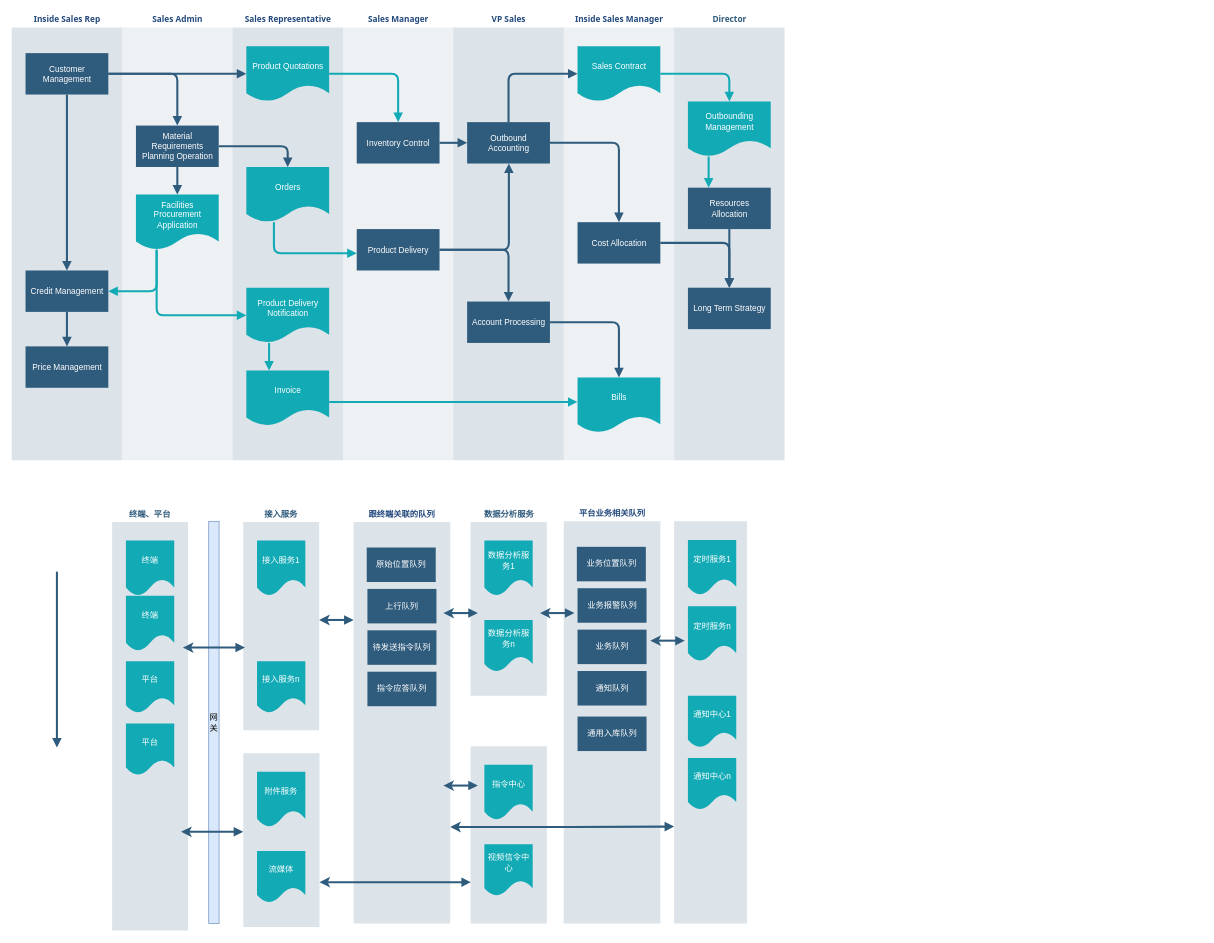
Before: 未命名绘图2.drawio in xktder/draw, a draw.io diagram. Source tidied: cells renumbered, new cells numbered last; positions are measured from the earlier drawing's top-left corner, leaving out a move shared by most shapes. Both pictures are drawn from the tidied source at 69%, with x=0, y=0 at pixel (11, 11).
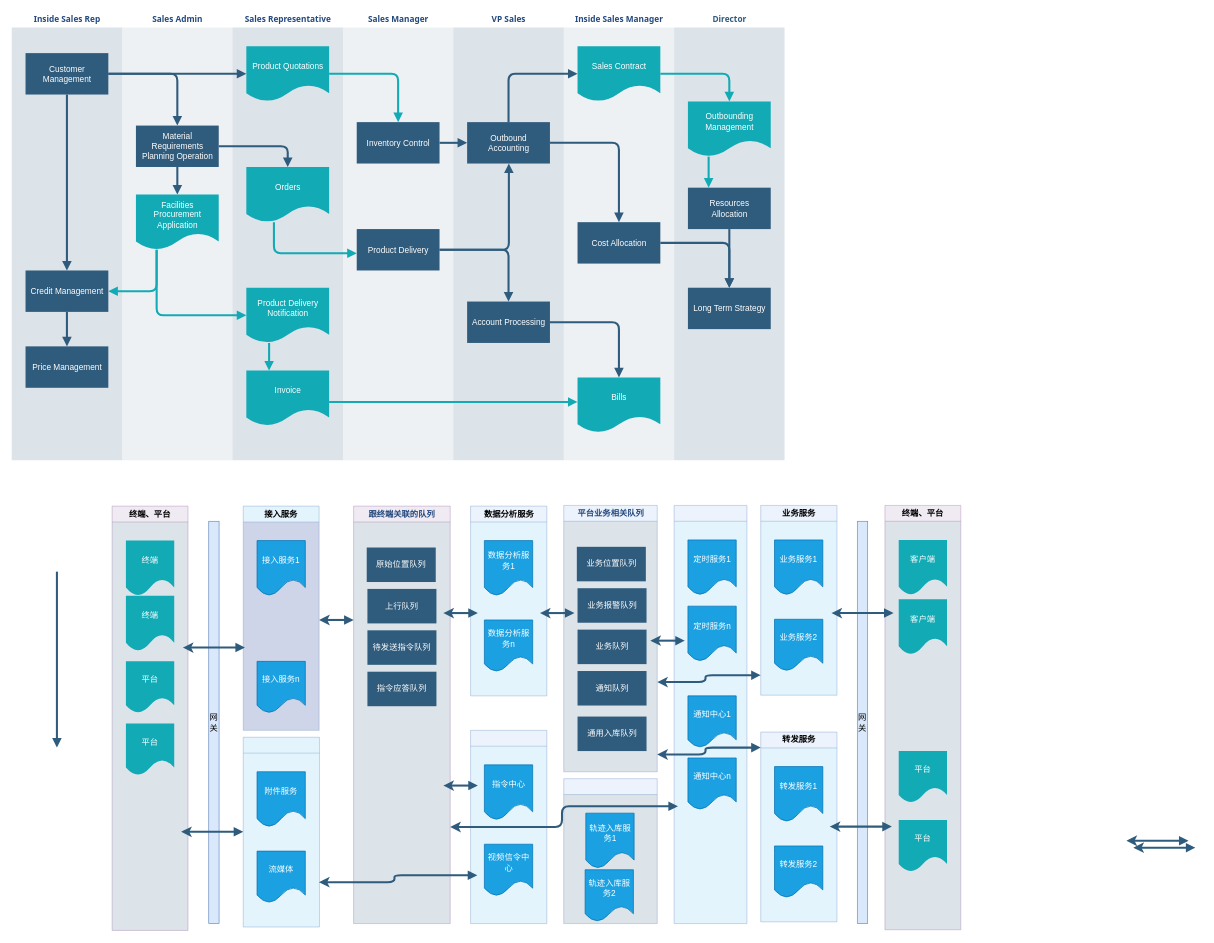
After the change.

Commit message (it also covers changes not shown here):
更新未命名绘图2.drawio

The edit, as a diff of the source:
```diff
@@
-    <mxCell id="50" value="&lt;font color=&quot;#23497d&quot;&gt;跟终端关联的队列&lt;/font&gt;" style="swimlane;whiteSpace=wrap;fillColor=none;swimlaneFillColor=#BAC8D3;fontColor=#2F5B7C;fontFamily=Tahoma;html=1;strokeColor=none;opacity=50;" parent="1" vertex="1">
+    <mxCell id="50" value="&lt;font color=&quot;#23497d&quot;&gt;跟终端关联的队列&lt;/font&gt;" style="swimlane;whiteSpace=wrap;fillColor=#e1d5e7;swimlaneFillColor=#BAC8D3;fontFamily=Tahoma;html=1;strokeColor=#9673a6;opacity=50;" parent="1" vertex="1">
       <mxGeometry x="496" y="717" width="140" height="605" as="geometry" />
     </mxCell>
@@
-    <mxCell id="55" value="终端、平台" style="swimlane;whiteSpace=wrap;fillColor=none;swimlaneFillColor=#BAC8D3;fontColor=#2F5B7C;fontFamily=Tahoma;html=1;strokeColor=none;opacity=50;startSize=23;" parent="1" vertex="1">
+    <mxCell id="55" value="终端、平台" style="swimlane;whiteSpace=wrap;fillColor=#e1d5e7;swimlaneFillColor=#BAC8D3;fontFamily=Tahoma;html=1;strokeColor=#9673a6;opacity=50;startSize=23;" parent="1" vertex="1">
       <mxGeometry x="146" y="717" width="110" height="615" as="geometry" />
     </mxCell>
@@
-    <mxCell id="61" value="接入服务" style="swimlane;whiteSpace=wrap;fillColor=none;swimlaneFillColor=#BAC8D3;fontColor=#2F5B7C;fontFamily=Tahoma;html=1;strokeColor=none;opacity=50;" parent="1" vertex="1">
+    <mxCell id="61" value="接入服务" style="swimlane;whiteSpace=wrap;fillColor=#C7E9FC;swimlaneFillColor=#9EACD3;fontFamily=Tahoma;html=1;strokeColor=#6c8ebf;opacity=50;" parent="1" vertex="1">
       <mxGeometry x="336" y="717" width="110" height="325" as="geometry" />
     </mxCell>
-    <mxCell id="62" value="接入服务1" style="shape=document;whiteSpace=wrap;verticalAlign=middle;strokeColor=none;fillColor=#12aab5;shadow=0;fontColor=#FFFFFF;fontFamily=Helvetica;fontStyle=0;html=1;fontSize=12;spacing=6;spacingBottom=22;" parent="61" vertex="1">
+    <mxCell id="62" value="接入服务1" style="shape=document;whiteSpace=wrap;verticalAlign=middle;strokeColor=#006EAF;fillColor=#1ba1e2;shadow=0;fontFamily=Helvetica;fontStyle=0;html=1;fontSize=12;spacing=6;spacingBottom=22;fontColor=#ffffff;" parent="61" vertex="1">
       <mxGeometry x="20" y="50" width="70" height="80" as="geometry" />
     </mxCell>
-    <mxCell id="63" value="接入服务n" style="shape=document;whiteSpace=wrap;verticalAlign=middle;strokeColor=none;fillColor=#12aab5;shadow=0;fontColor=#FFFFFF;fontFamily=Helvetica;fontStyle=0;html=1;fontSize=12;spacing=6;spacingBottom=22;" parent="61" vertex="1">
+    <mxCell id="63" value="接入服务n" style="shape=document;whiteSpace=wrap;verticalAlign=middle;strokeColor=#006EAF;fillColor=#1ba1e2;shadow=0;fontColor=#ffffff;fontFamily=Helvetica;fontStyle=0;html=1;fontSize=12;spacing=6;spacingBottom=22;" parent="61" vertex="1">
       <mxGeometry x="20" y="225" width="70" height="75" as="geometry" />
     </mxCell>
@@
-    <mxCell id="66" value="数据分析服务" style="swimlane;whiteSpace=wrap;fillColor=none;swimlaneFillColor=#BAC8D3;fontColor=#2F5B7C;fontFamily=Tahoma;html=1;strokeColor=none;opacity=50;" parent="1" vertex="1">
+    <mxCell id="66" value="数据分析服务" style="swimlane;whiteSpace=wrap;fillColor=#dae8fc;swimlaneFillColor=#C7E9FC;fontFamily=Tahoma;html=1;strokeColor=#6c8ebf;opacity=50;" parent="1" vertex="1">
       <mxGeometry x="665.5" y="717" width="110.5" height="275" as="geometry" />
     </mxCell>
-    <mxCell id="67" value="数据分析服务1" style="shape=document;whiteSpace=wrap;verticalAlign=middle;strokeColor=none;fillColor=#12aab5;shadow=0;fontColor=#FFFFFF;fontFamily=Helvetica;fontStyle=0;html=1;fontSize=12;spacing=6;spacingBottom=22;" parent="66" vertex="1">
+    <mxCell id="67" value="数据分析服务1" style="shape=document;whiteSpace=wrap;verticalAlign=middle;strokeColor=#006EAF;fillColor=#1ba1e2;shadow=0;fontColor=#ffffff;fontFamily=Helvetica;fontStyle=0;html=1;fontSize=12;spacing=6;spacingBottom=22;" parent="66" vertex="1">
       <mxGeometry x="20" y="50" width="70" height="80" as="geometry" />
     </mxCell>
-    <mxCell id="68" value="数据分析服务n" style="shape=document;whiteSpace=wrap;verticalAlign=middle;strokeColor=none;fillColor=#12aab5;shadow=0;fontColor=#FFFFFF;fontFamily=Helvetica;fontStyle=0;html=1;fontSize=12;spacing=6;spacingBottom=22;" parent="66" vertex="1">
+    <mxCell id="68" value="数据分析服务n" style="shape=document;whiteSpace=wrap;verticalAlign=middle;strokeColor=#006EAF;fillColor=#1ba1e2;shadow=0;fontColor=#ffffff;fontFamily=Helvetica;fontStyle=0;html=1;fontSize=12;spacing=6;spacingBottom=22;" parent="66" vertex="1">
       <mxGeometry x="20" y="165" width="70" height="75" as="geometry" />
     </mxCell>
-    <mxCell id="69" style="swimlane;whiteSpace=wrap;fillColor=none;swimlaneFillColor=#BAC8D3;fontColor=#2F5B7C;fontFamily=Tahoma;html=1;strokeColor=none;opacity=50;" parent="1" vertex="1">
+    <mxCell id="69" style="swimlane;whiteSpace=wrap;fillColor=#C7E9FC;swimlaneFillColor=#C7E9FC;fontFamily=Tahoma;html=1;strokeColor=#6c8ebf;opacity=50;" parent="1" vertex="1">
       <mxGeometry x="336" y="1052" width="110.5" height="275" as="geometry" />
     </mxCell>
-    <mxCell id="70" value="附件服务" style="shape=document;whiteSpace=wrap;verticalAlign=middle;strokeColor=none;fillColor=#12aab5;shadow=0;fontColor=#FFFFFF;fontFamily=Helvetica;fontStyle=0;html=1;fontSize=12;spacing=6;spacingBottom=22;" parent="69" vertex="1">
+    <mxCell id="70" value="附件服务" style="shape=document;whiteSpace=wrap;verticalAlign=middle;strokeColor=#006EAF;fillColor=#1ba1e2;shadow=0;fontColor=#ffffff;fontFamily=Helvetica;fontStyle=0;html=1;fontSize=12;spacing=6;spacingBottom=22;" parent="69" vertex="1">
       <mxGeometry x="20" y="50" width="70" height="80" as="geometry" />
     </mxCell>
-    <mxCell id="71" value="流媒体" style="shape=document;whiteSpace=wrap;verticalAlign=middle;strokeColor=none;fillColor=#12aab5;shadow=0;fontColor=#FFFFFF;fontFamily=Helvetica;fontStyle=0;html=1;fontSize=12;spacing=6;spacingBottom=22;" parent="69" vertex="1">
+    <mxCell id="71" value="流媒体" style="shape=document;whiteSpace=wrap;verticalAlign=middle;strokeColor=#006EAF;fillColor=#1ba1e2;shadow=0;fontColor=#ffffff;fontFamily=Helvetica;fontStyle=0;html=1;fontSize=12;spacing=6;spacingBottom=22;" parent="69" vertex="1">
       <mxGeometry x="20" y="165" width="70" height="75" as="geometry" />
     </mxCell>
+    <mxCell id="94" style="edgeStyle=orthogonalEdgeStyle;rounded=0;jettySize=auto;html=1;exitX=0;exitY=0.75;exitDx=0;exitDy=0;" parent="1" edge="1" source="72">
+      <mxGeometry relative="1" as="geometry">
+        <mxPoint x="666" y="1252" as="targetPoint" />
+      </mxGeometry>
+    </mxCell>
-    <mxCell id="72" style="swimlane;whiteSpace=wrap;fillColor=none;swimlaneFillColor=#BAC8D3;fontColor=#2F5B7C;fontFamily=Tahoma;html=1;strokeColor=none;opacity=50;startSize=23;" parent="1" vertex="1">
+    <mxCell id="72" style="swimlane;whiteSpace=wrap;fillColor=#dae8fc;swimlaneFillColor=#C7E9FC;fontFamily=Tahoma;html=1;strokeColor=#6c8ebf;opacity=50;startSize=23;" parent="1" vertex="1">
       <mxGeometry x="665.5" y="1042" width="110.5" height="280" as="geometry" />
     </mxCell>
-    <mxCell id="73" value="指令中心" style="shape=document;whiteSpace=wrap;verticalAlign=middle;strokeColor=none;fillColor=#12aab5;shadow=0;fontColor=#FFFFFF;fontFamily=Helvetica;fontStyle=0;html=1;fontSize=12;spacing=6;spacingBottom=22;" parent="72" vertex="1">
+    <mxCell id="73" value="指令中心" style="shape=document;whiteSpace=wrap;verticalAlign=middle;strokeColor=#006EAF;fillColor=#1ba1e2;shadow=0;fontColor=#ffffff;fontFamily=Helvetica;fontStyle=0;html=1;fontSize=12;spacing=6;spacingBottom=22;" parent="72" vertex="1">
       <mxGeometry x="20" y="50" width="70" height="80" as="geometry" />
     </mxCell>
-    <mxCell id="74" value="视频信令中心" style="shape=document;whiteSpace=wrap;verticalAlign=middle;strokeColor=none;fillColor=#12aab5;shadow=0;fontColor=#FFFFFF;fontFamily=Helvetica;fontStyle=0;html=1;fontSize=12;spacing=6;spacingBottom=22;" parent="72" vertex="1">
+    <mxCell id="74" value="视频信令中心" style="shape=document;whiteSpace=wrap;verticalAlign=middle;strokeColor=#006EAF;fillColor=#1ba1e2;shadow=0;fontColor=#ffffff;fontFamily=Helvetica;fontStyle=0;html=1;fontSize=12;spacing=6;spacingBottom=22;" parent="72" vertex="1">
       <mxGeometry x="20" y="165" width="70" height="75" as="geometry" />
     </mxCell>
@@
     <mxCell id="76" style="edgeStyle=orthogonalEdgeStyle;rounded=1;orthogonalLoop=1;jettySize=auto;html=1;endArrow=block;strokeColor=#2F5B7C;strokeWidth=3;endFill=1;startArrow=classic;startFill=1;" parent="1" edge="1">
       <mxGeometry relative="1" as="geometry">
-        <mxPoint x="446.5" y="1262" as="sourcePoint" />
-        <mxPoint x="666" y="1262" as="targetPoint" />
+        <mxPoint x="445.8" y="1262" as="sourcePoint" />
+        <mxPoint x="675.2" y="1252" as="targetPoint" />
+        <Array as="points">
+          <mxPoint x="555.2" y="1262" />
+          <mxPoint x="555.2" y="1252" />
+          <mxPoint x="665.2" y="1252" />
+        </Array>
       </mxGeometry>
     </mxCell>
@@
-    <mxCell id="78" value="&lt;font color=&quot;#23497d&quot;&gt;平台业务相关队列&lt;/font&gt;" style="swimlane;whiteSpace=wrap;fillColor=none;swimlaneFillColor=#BAC8D3;fontColor=#2F5B7C;fontFamily=Tahoma;html=1;strokeColor=none;opacity=50;" parent="1" vertex="1">
-      <mxGeometry x="800.5" y="716" width="140" height="606" as="geometry" />
+    <mxCell id="78" value="&lt;font color=&quot;#23497d&quot;&gt;平台业务相关队列&lt;/font&gt;" style="swimlane;whiteSpace=wrap;fillColor=#dae8fc;swimlaneFillColor=#BAC8D3;fontFamily=Tahoma;html=1;strokeColor=#6c8ebf;opacity=50;" parent="1" vertex="1">
+      <mxGeometry x="800.5" y="716" width="135.5" height="386" as="geometry" />
     </mxCell>
@@
-    <mxCell id="84" style="swimlane;whiteSpace=wrap;fillColor=none;swimlaneFillColor=#BAC8D3;fontColor=#2F5B7C;fontFamily=Tahoma;html=1;strokeColor=none;opacity=50;" parent="1" vertex="1">
+    <mxCell id="84" style="swimlane;whiteSpace=wrap;fillColor=#dae8fc;swimlaneFillColor=#C7E9FC;fontFamily=Tahoma;html=1;strokeColor=#6c8ebf;opacity=50;" parent="1" vertex="1">
       <mxGeometry x="960.5" y="716" width="105.5" height="606" as="geometry" />
     </mxCell>
-    <mxCell id="85" value="定时服务1" style="shape=document;whiteSpace=wrap;verticalAlign=middle;strokeColor=none;fillColor=#12aab5;shadow=0;fontColor=#FFFFFF;fontFamily=Helvetica;fontStyle=0;html=1;fontSize=12;spacing=6;spacingBottom=22;" parent="84" vertex="1">
+    <mxCell id="85" value="定时服务1" style="shape=document;whiteSpace=wrap;verticalAlign=middle;strokeColor=#006EAF;fillColor=#1ba1e2;shadow=0;fontColor=#ffffff;fontFamily=Helvetica;fontStyle=0;html=1;fontSize=12;spacing=6;spacingBottom=22;" parent="84" vertex="1">
       <mxGeometry x="20" y="50" width="70" height="80" as="geometry" />
     </mxCell>
-    <mxCell id="86" value="通知中心1" style="shape=document;whiteSpace=wrap;verticalAlign=middle;strokeColor=none;fillColor=#12aab5;shadow=0;fontColor=#FFFFFF;fontFamily=Helvetica;fontStyle=0;html=1;fontSize=12;spacing=6;spacingBottom=22;" parent="84" vertex="1">
+    <mxCell id="86" value="通知中心1" style="shape=document;whiteSpace=wrap;verticalAlign=middle;strokeColor=#006EAF;fillColor=#1ba1e2;shadow=0;fontColor=#ffffff;fontFamily=Helvetica;fontStyle=0;html=1;fontSize=12;spacing=6;spacingBottom=22;" parent="84" vertex="1">
       <mxGeometry x="20" y="276" width="70" height="75" as="geometry" />
     </mxCell>
-    <mxCell id="87" value="通知中心n" style="shape=document;whiteSpace=wrap;verticalAlign=middle;strokeColor=none;fillColor=#12aab5;shadow=0;fontColor=#FFFFFF;fontFamily=Helvetica;fontStyle=0;html=1;fontSize=12;spacing=6;spacingBottom=22;" parent="84" vertex="1">
+    <mxCell id="87" value="通知中心n" style="shape=document;whiteSpace=wrap;verticalAlign=middle;strokeColor=#006EAF;fillColor=#1ba1e2;shadow=0;fontColor=#ffffff;fontFamily=Helvetica;fontStyle=0;html=1;fontSize=12;spacing=6;spacingBottom=22;" parent="84" vertex="1">
       <mxGeometry x="20" y="366" width="70" height="75" as="geometry" />
     </mxCell>
-    <mxCell id="88" value="定时服务n" style="shape=document;whiteSpace=wrap;verticalAlign=middle;strokeColor=none;fillColor=#12aab5;shadow=0;fontColor=#FFFFFF;fontFamily=Helvetica;fontStyle=0;html=1;fontSize=12;spacing=6;spacingBottom=22;" parent="84" vertex="1">
+    <mxCell id="88" value="定时服务n" style="shape=document;whiteSpace=wrap;verticalAlign=middle;strokeColor=#006EAF;fillColor=#1ba1e2;shadow=0;fontColor=#ffffff;fontFamily=Helvetica;fontStyle=0;html=1;fontSize=12;spacing=6;spacingBottom=22;" parent="84" vertex="1">
       <mxGeometry x="20" y="146" width="70" height="80" as="geometry" />
     </mxCell>
+    <mxCell id="95" style="edgeStyle=orthogonalEdgeStyle;rounded=1;orthogonalLoop=1;jettySize=auto;html=1;endArrow=block;strokeColor=#2F5B7C;strokeWidth=3;endFill=1;startArrow=classic;startFill=1;" parent="84" edge="1">
+      <mxGeometry relative="1" as="geometry">
+        <mxPoint x="-24.5" y="361" as="sourcePoint" />
+        <mxPoint x="125.5" y="351" as="targetPoint" />
+        <Array as="points">
+          <mxPoint x="45.5" y="361" />
+          <mxPoint x="45.5" y="351" />
+        </Array>
+      </mxGeometry>
+    </mxCell>
@@
-    <mxCell id="90" style="edgeStyle=orthogonalEdgeStyle;rounded=1;orthogonalLoop=1;jettySize=auto;html=1;endArrow=block;strokeColor=#2F5B7C;strokeWidth=3;endFill=1;startArrow=classic;startFill=1;" parent="1" edge="1">
-      <mxGeometry relative="1" as="geometry">
-        <mxPoint x="636" y="1182" as="sourcePoint" />
-        <mxPoint x="960.5" y="1181.5" as="targetPoint" />
-        <Array as="points">
-          <mxPoint x="798" y="1182" />
-        </Array>
-      </mxGeometry>
-    </mxCell>
@@
+    <mxCell id="96" value="业务服务" style="swimlane;whiteSpace=wrap;fillColor=#dae8fc;swimlaneFillColor=#C7E9FC;fontFamily=Tahoma;html=1;strokeColor=#6c8ebf;opacity=50;" parent="1" vertex="1">
+      <mxGeometry x="1086" y="716" width="110.5" height="275" as="geometry" />
+    </mxCell>
+    <mxCell id="97" value="业务服务1" style="shape=document;whiteSpace=wrap;verticalAlign=middle;strokeColor=#006EAF;fillColor=#1ba1e2;shadow=0;fontColor=#ffffff;fontFamily=Helvetica;fontStyle=0;html=1;fontSize=12;spacing=6;spacingBottom=22;" parent="96" vertex="1">
+      <mxGeometry x="20" y="50" width="70" height="80" as="geometry" />
+    </mxCell>
+    <mxCell id="98" value="业务服务2" style="shape=document;whiteSpace=wrap;verticalAlign=middle;strokeColor=#006EAF;fillColor=#1ba1e2;shadow=0;fontColor=#ffffff;fontFamily=Helvetica;fontStyle=0;html=1;fontSize=12;spacing=6;spacingBottom=22;" parent="96" vertex="1">
+      <mxGeometry x="20" y="165" width="70" height="75" as="geometry" />
+    </mxCell>
+    <mxCell id="99" value="转发服务" style="swimlane;whiteSpace=wrap;fillColor=#dae8fc;swimlaneFillColor=#C7E9FC;fontFamily=Tahoma;html=1;strokeColor=#6c8ebf;opacity=50;" parent="1" vertex="1">
+      <mxGeometry x="1086" y="1044.5" width="110.5" height="275" as="geometry" />
+    </mxCell>
+    <mxCell id="100" value="转发服务1" style="shape=document;whiteSpace=wrap;verticalAlign=middle;strokeColor=#006EAF;fillColor=#1ba1e2;shadow=0;fontColor=#ffffff;fontFamily=Helvetica;fontStyle=0;html=1;fontSize=12;spacing=6;spacingBottom=22;" parent="99" vertex="1">
+      <mxGeometry x="20" y="50" width="70" height="80" as="geometry" />
+    </mxCell>
+    <mxCell id="101" value="转发服务2" style="shape=document;whiteSpace=wrap;verticalAlign=middle;strokeColor=#006EAF;fillColor=#1ba1e2;shadow=0;fontColor=#ffffff;fontFamily=Helvetica;fontStyle=0;html=1;fontSize=12;spacing=6;spacingBottom=22;" parent="99" vertex="1">
+      <mxGeometry x="20" y="165" width="70" height="75" as="geometry" />
+    </mxCell>
+    <mxCell id="102" style="swimlane;whiteSpace=wrap;fillColor=#dae8fc;swimlaneFillColor=#BAC8D3;fontFamily=Tahoma;html=1;strokeColor=#6c8ebf;opacity=50;startSize=23;" parent="1" vertex="1">
+      <mxGeometry x="800.5" y="1112" width="135.5" height="210" as="geometry" />
+    </mxCell>
+    <mxCell id="103" value="轨迹入库服务1" style="shape=document;whiteSpace=wrap;verticalAlign=middle;strokeColor=#006EAF;fillColor=#1ba1e2;shadow=0;fontColor=#ffffff;fontFamily=Helvetica;fontStyle=0;html=1;fontSize=12;spacing=6;spacingBottom=22;" parent="102" vertex="1">
+      <mxGeometry x="32" y="50" width="70" height="80" as="geometry" />
+    </mxCell>
+    <mxCell id="104" value="轨迹入库服务2" style="shape=document;whiteSpace=wrap;verticalAlign=middle;strokeColor=#006EAF;fillColor=#1ba1e2;shadow=0;fontColor=#ffffff;fontFamily=Helvetica;fontStyle=0;html=1;fontSize=12;spacing=6;spacingBottom=22;" parent="102" vertex="1">
+      <mxGeometry x="31" y="132" width="70" height="75" as="geometry" />
+    </mxCell>
+    <mxCell id="90" style="edgeStyle=orthogonalEdgeStyle;rounded=1;orthogonalLoop=1;jettySize=auto;html=1;endArrow=block;strokeColor=#2F5B7C;strokeWidth=3;endFill=1;startArrow=classic;startFill=1;" parent="1" edge="1">
+      <mxGeometry relative="1" as="geometry">
+        <mxPoint x="636" y="1182" as="sourcePoint" />
+        <mxPoint x="966" y="1152" as="targetPoint" />
+        <Array as="points">
+          <mxPoint x="798" y="1182" />
+          <mxPoint x="798" y="1152" />
+          <mxPoint x="961" y="1152" />
+        </Array>
+      </mxGeometry>
+    </mxCell>
+    <mxCell id="105" value="网关" style="rounded=0;whiteSpace=wrap;html=1;fillColor=#dae8fc;strokeColor=#6c8ebf;" parent="1" vertex="1">
+      <mxGeometry x="1226" y="739" width="15" height="583" as="geometry" />
+    </mxCell>
+    <mxCell id="106" value="终端、平台" style="swimlane;whiteSpace=wrap;fillColor=#e1d5e7;swimlaneFillColor=#BAC8D3;fontFamily=Tahoma;html=1;strokeColor=#9673a6;opacity=50;startSize=23;" parent="1" vertex="1">
+      <mxGeometry x="1266" y="716" width="110" height="615" as="geometry" />
+    </mxCell>
+    <mxCell id="107" value="客户端" style="shape=document;whiteSpace=wrap;verticalAlign=middle;strokeColor=none;fillColor=#12aab5;shadow=0;fontColor=#FFFFFF;fontFamily=Helvetica;fontStyle=0;html=1;fontSize=12;spacing=6;spacingBottom=22;" parent="106" vertex="1">
+      <mxGeometry x="20" y="50" width="70" height="80" as="geometry" />
+    </mxCell>
+    <mxCell id="108" value="平台" style="shape=document;whiteSpace=wrap;verticalAlign=middle;strokeColor=none;fillColor=#12aab5;shadow=0;fontColor=#FFFFFF;fontFamily=Helvetica;fontStyle=0;html=1;fontSize=12;spacing=6;spacingBottom=22;" parent="106" vertex="1">
+      <mxGeometry x="20" y="356" width="70" height="75" as="geometry" />
+    </mxCell>
+    <mxCell id="109" value="平台" style="shape=document;whiteSpace=wrap;verticalAlign=middle;strokeColor=none;fillColor=#12aab5;shadow=0;fontColor=#FFFFFF;fontFamily=Helvetica;fontStyle=0;html=1;fontSize=12;spacing=6;spacingBottom=22;" parent="106" vertex="1">
+      <mxGeometry x="20" y="456" width="70" height="75" as="geometry" />
+    </mxCell>
+    <mxCell id="110" value="客户端" style="shape=document;whiteSpace=wrap;verticalAlign=middle;strokeColor=none;fillColor=#12aab5;shadow=0;fontColor=#FFFFFF;fontFamily=Helvetica;fontStyle=0;html=1;fontSize=12;spacing=6;spacingBottom=22;" parent="106" vertex="1">
+      <mxGeometry x="20" y="136" width="70" height="80" as="geometry" />
+    </mxCell>
+    <mxCell id="111" style="edgeStyle=orthogonalEdgeStyle;rounded=1;orthogonalLoop=1;jettySize=auto;html=1;endArrow=block;strokeColor=#2F5B7C;strokeWidth=3;endFill=1;startArrow=classic;startFill=1;" parent="1" edge="1">
+      <mxGeometry relative="1" as="geometry">
+        <mxPoint x="1188.5" y="872" as="sourcePoint" />
+        <mxPoint x="1278.5" y="872" as="targetPoint" />
+      </mxGeometry>
+    </mxCell>
+    <mxCell id="112" style="edgeStyle=orthogonalEdgeStyle;rounded=1;orthogonalLoop=1;jettySize=auto;html=1;endArrow=block;strokeColor=#2F5B7C;strokeWidth=3;endFill=1;startArrow=classic;startFill=1;" parent="1" edge="1">
+      <mxGeometry relative="1" as="geometry">
+        <mxPoint x="936" y="972" as="sourcePoint" />
+        <mxPoint x="1086" y="962" as="targetPoint" />
+        <Array as="points">
+          <mxPoint x="1006" y="972" />
+          <mxPoint x="1006" y="962" />
+        </Array>
+      </mxGeometry>
+    </mxCell>
+    <mxCell id="113" style="edgeStyle=orthogonalEdgeStyle;rounded=1;orthogonalLoop=1;jettySize=auto;html=1;endArrow=block;strokeColor=#2F5B7C;strokeWidth=3;endFill=1;startArrow=classic;startFill=1;" parent="1" edge="1">
+      <mxGeometry relative="1" as="geometry">
+        <mxPoint x="1616" y="1202" as="sourcePoint" />
+        <mxPoint x="1706" y="1202" as="targetPoint" />
+      </mxGeometry>
+    </mxCell>
+    <mxCell id="114" style="edgeStyle=orthogonalEdgeStyle;rounded=1;orthogonalLoop=1;jettySize=auto;html=1;endArrow=block;strokeColor=#2F5B7C;strokeWidth=3;endFill=1;startArrow=classic;startFill=1;" parent="1" edge="1">
+      <mxGeometry relative="1" as="geometry">
+        <mxPoint x="1626" y="1212" as="sourcePoint" />
+        <mxPoint x="1716" y="1212" as="targetPoint" />
+      </mxGeometry>
+    </mxCell>
+    <mxCell id="115" style="edgeStyle=orthogonalEdgeStyle;rounded=1;orthogonalLoop=1;jettySize=auto;html=1;endArrow=block;strokeColor=#2F5B7C;strokeWidth=3;endFill=1;startArrow=classic;startFill=1;" parent="1" edge="1">
+      <mxGeometry relative="1" as="geometry">
+        <mxPoint x="1186" y="1181.5" as="sourcePoint" />
+        <mxPoint x="1276" y="1181.5" as="targetPoint" />
+      </mxGeometry>
+    </mxCell>
```
